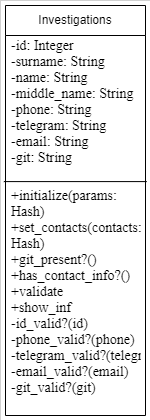
This is working with classes/диаграмма классов.png from Meg-Lander/study-of-the-subject-programming-patterns, a draw.io export, as it was before one commit. Source tidied: cells renumbered, new cells last; positions are measured from the earlier drawing's top-left corner, leaving out a move shared by most shapes. Source of this version:
```xml
<mxGraphModel>
  <root>
    <mxCell id="0" />
    <mxCell id="1" parent="0" />
    <mxCell id="2" style="rounded=0;whiteSpace=wrap;html=1;strokeWidth=0;" parent="1" vertex="1">
      <mxGeometry width="150" height="420" as="geometry" />
    </mxCell>
    <mxCell id="3" value="Investigations" style="swimlane;fontStyle=0;horizontal=1;startSize=30;whiteSpace=wrap;html=1;" parent="1" vertex="1">
      <mxGeometry x="5" y="5" width="140" height="410" as="geometry" />
    </mxCell>
    <mxCell id="4" value="&lt;pre style=&quot;margin-top: 0cm; margin-right: 25.5pt; margin-left: 0cm; text-align: justify; line-height: normal; vertical-align: baseline; font-size: 14px;&quot;&gt;&lt;pre style=&quot;margin: 0cm 25.5pt 0cm 0cm; line-height: normal; background: white; vertical-align: baseline;&quot;&gt;&lt;font style=&quot;font-size: 14px;&quot; face=&quot;Times New Roman&quot;&gt;-id: Integer&lt;br&gt;&lt;span style=&quot;&quot; lang=&quot;EN-US&quot;&gt;-surname: &lt;/span&gt;&lt;span style=&quot;&quot; lang=&quot;EN-US&quot;&gt;String&lt;/span&gt;&lt;br&gt;&lt;span style=&quot;&quot; lang=&quot;EN-US&quot;&gt;-name: &lt;/span&gt;&lt;span style=&quot;&quot; lang=&quot;EN-US&quot;&gt;String&lt;/span&gt;&lt;br&gt;&lt;span style=&quot;&quot; lang=&quot;EN-US&quot;&gt;-middle_name: &lt;/span&gt;&lt;span style=&quot;&quot; lang=&quot;EN-US&quot;&gt;String&lt;/span&gt;&lt;br&gt;&lt;span style=&quot;&quot; lang=&quot;EN-US&quot;&gt;-phone: &lt;/span&gt;&lt;span style=&quot;&quot; lang=&quot;EN-US&quot;&gt;String&lt;/span&gt;&lt;br&gt;&lt;span style=&quot;&quot; lang=&quot;EN-US&quot;&gt;-telegram: &lt;/span&gt;&lt;span style=&quot;&quot; lang=&quot;EN-US&quot;&gt;String&lt;/span&gt;&lt;br&gt;&lt;span style=&quot;&quot; lang=&quot;EN-US&quot;&gt;-email: &lt;/span&gt;&lt;span style=&quot;&quot; lang=&quot;EN-US&quot;&gt;String&lt;/span&gt;&lt;br&gt;&lt;span style=&quot;&quot; lang=&quot;EN-US&quot;&gt;-git: &lt;/span&gt;&lt;span style=&quot;&quot; lang=&quot;EN-US&quot;&gt;String&lt;/span&gt;&lt;br&gt;&lt;span style=&quot;&quot; lang=&quot;EN-US&quot;&gt;&amp;nbsp;&lt;/span&gt;&lt;/font&gt;&lt;br&gt;&lt;/pre&gt;&lt;/pre&gt;" style="text;strokeColor=none;fillColor=none;align=left;verticalAlign=middle;spacingLeft=4;spacingRight=4;overflow=hidden;whiteSpace=wrap;html=1;" parent="3" vertex="1">
      <mxGeometry y="30" width="140" height="150" as="geometry" />
    </mxCell>
    <mxCell id="5" value="&lt;pre style=&quot;margin: 0cm 25.5pt 0cm 0cm; text-align: justify; line-height: normal; background: white; vertical-align: baseline; font-size: 14px;&quot;&gt;&lt;font face=&quot;Times New Roman&quot;&gt;+initialize(params:&lt;br/&gt;Hash)&lt;br&gt;&lt;span style=&quot;&quot; lang=&quot;EN-US&quot;&gt;+set_contacts(contacts:&lt;br/&gt;Hash)&lt;br&gt;&lt;/span&gt;&lt;span style=&quot;&quot; lang=&quot;EN-US&quot;&gt;+git_present?()&lt;br&gt;&lt;/span&gt;&lt;span style=&quot;&quot; lang=&quot;EN-US&quot;&gt;+has_contact_info?()&lt;br&gt;&lt;/span&gt;&lt;span style=&quot;&quot; lang=&quot;EN-US&quot;&gt;+validate&lt;br&gt;&lt;/span&gt;&lt;span style=&quot;&quot; lang=&quot;EN-US&quot;&gt;+show_inf&lt;br&gt;&lt;/span&gt;&lt;span style=&quot;&quot; lang=&quot;EN-US&quot;&gt;-id_valid?(id)&lt;br&gt;&lt;/span&gt;&lt;span style=&quot;&quot; lang=&quot;EN-US&quot;&gt;-phone_valid?(phone)&lt;br&gt;&lt;/span&gt;&lt;span style=&quot;&quot; lang=&quot;EN-US&quot;&gt;-telegram_valid?(telegram)&lt;br&gt;&lt;/span&gt;&lt;span style=&quot;&quot; lang=&quot;EN-US&quot;&gt;-email_valid?(email)&lt;br&gt;&lt;/span&gt;&lt;span style=&quot;&quot; lang=&quot;EN-US&quot;&gt;-git_valid?(git)&lt;/span&gt;&lt;/font&gt;&lt;/pre&gt;&lt;br/&gt;&lt;br/&gt;&lt;br/&gt;&lt;br/&gt;&lt;br/&gt;&lt;br/&gt;&lt;br/&gt;&lt;br/&gt;&lt;br/&gt;&lt;br/&gt;&lt;br/&gt;&lt;br/&gt;&lt;br/&gt;&lt;br/&gt;&lt;br/&gt;&lt;br/&gt;&lt;br/&gt;&lt;br/&gt;&lt;br/&gt;&lt;div&gt;&lt;br/&gt;&lt;/div&gt;" style="text;strokeColor=none;fillColor=none;align=left;verticalAlign=middle;spacingLeft=4;spacingRight=4;overflow=hidden;points=[[0,0.5],[1,0.5]];portConstraint=eastwest;whiteSpace=wrap;html=1;" parent="3" vertex="1">
      <mxGeometry y="180" width="140" height="230" as="geometry" />
    </mxCell>
    <mxCell id="6" style="endArrow=none;html=1;rounded=0;entryX=-0.012;entryY=-0.017;entryDx=0;entryDy=0;entryPerimeter=0;exitX=1.009;exitY=-0.017;exitDx=0;exitDy=0;exitPerimeter=0;" parent="3" edge="1" source="5" target="5">
      <mxGeometry relative="1" as="geometry" />
    </mxCell>
  </root>
</mxGraphModel>
```
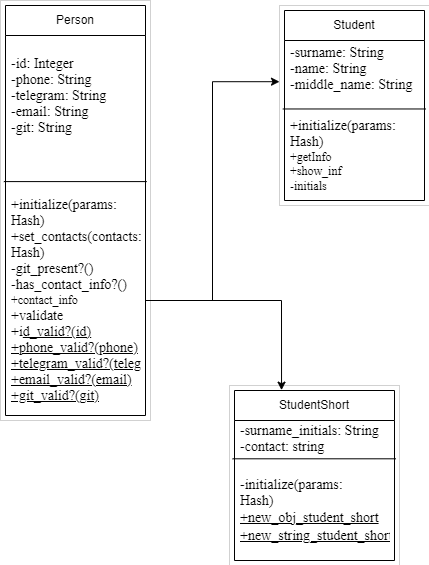
The same diagram one commit later.

What changed in the source:
```diff
@@ -5,17 +5,53 @@
     <mxCell id="2" style="rounded=0;whiteSpace=wrap;html=1;strokeWidth=0;" parent="1" vertex="1">
       <mxGeometry width="150" height="420" as="geometry" />
     </mxCell>
-    <mxCell id="3" value="Investigations" style="swimlane;fontStyle=0;horizontal=1;startSize=30;whiteSpace=wrap;html=1;" parent="1" vertex="1">
+    <mxCell id="3" value="Person" style="swimlane;fontStyle=0;horizontal=1;startSize=30;whiteSpace=wrap;html=1;" parent="1" vertex="1">
       <mxGeometry x="5" y="5" width="140" height="410" as="geometry" />
     </mxCell>
-    <mxCell id="4" value="&lt;pre style=&quot;margin-top: 0cm; margin-right: 25.5pt; margin-left: 0cm; text-align: justify; line-height: normal; vertical-align: baseline; font-size: 14px;&quot;&gt;&lt;pre style=&quot;margin: 0cm 25.5pt 0cm 0cm; line-height: normal; background: white; vertical-align: baseline;&quot;&gt;&lt;font style=&quot;font-size: 14px;&quot; face=&quot;Times New Roman&quot;&gt;-id: Integer&lt;br&gt;&lt;span style=&quot;&quot; lang=&quot;EN-US&quot;&gt;-surname: &lt;/span&gt;&lt;span style=&quot;&quot; lang=&quot;EN-US&quot;&gt;String&lt;/span&gt;&lt;br&gt;&lt;span style=&quot;&quot; lang=&quot;EN-US&quot;&gt;-name: &lt;/span&gt;&lt;span style=&quot;&quot; lang=&quot;EN-US&quot;&gt;String&lt;/span&gt;&lt;br&gt;&lt;span style=&quot;&quot; lang=&quot;EN-US&quot;&gt;-middle_name: &lt;/span&gt;&lt;span style=&quot;&quot; lang=&quot;EN-US&quot;&gt;String&lt;/span&gt;&lt;br&gt;&lt;span style=&quot;&quot; lang=&quot;EN-US&quot;&gt;-phone: &lt;/span&gt;&lt;span style=&quot;&quot; lang=&quot;EN-US&quot;&gt;String&lt;/span&gt;&lt;br&gt;&lt;span style=&quot;&quot; lang=&quot;EN-US&quot;&gt;-telegram: &lt;/span&gt;&lt;span style=&quot;&quot; lang=&quot;EN-US&quot;&gt;String&lt;/span&gt;&lt;br&gt;&lt;span style=&quot;&quot; lang=&quot;EN-US&quot;&gt;-email: &lt;/span&gt;&lt;span style=&quot;&quot; lang=&quot;EN-US&quot;&gt;String&lt;/span&gt;&lt;br&gt;&lt;span style=&quot;&quot; lang=&quot;EN-US&quot;&gt;-git: &lt;/span&gt;&lt;span style=&quot;&quot; lang=&quot;EN-US&quot;&gt;String&lt;/span&gt;&lt;br&gt;&lt;span style=&quot;&quot; lang=&quot;EN-US&quot;&gt;&amp;nbsp;&lt;/span&gt;&lt;/font&gt;&lt;br&gt;&lt;/pre&gt;&lt;/pre&gt;" style="text;strokeColor=none;fillColor=none;align=left;verticalAlign=middle;spacingLeft=4;spacingRight=4;overflow=hidden;whiteSpace=wrap;html=1;" parent="3" vertex="1">
+    <mxCell id="4" value="&lt;pre style=&quot;margin-top: 0cm; margin-right: 25.5pt; margin-left: 0cm; text-align: justify; line-height: normal; vertical-align: baseline; font-size: 14px;&quot;&gt;&lt;pre style=&quot;margin: 0cm 25.5pt 0cm 0cm; line-height: normal; background: white; vertical-align: baseline;&quot;&gt;&lt;font style=&quot;font-size: 14px;&quot; face=&quot;Times New Roman&quot;&gt;-id: Integer&lt;br&gt;&lt;span style=&quot;&quot; lang=&quot;EN-US&quot;&gt;-phone: &lt;/span&gt;&lt;span style=&quot;&quot; lang=&quot;EN-US&quot;&gt;String&lt;/span&gt;&lt;br&gt;&lt;span style=&quot;&quot; lang=&quot;EN-US&quot;&gt;-telegram: &lt;/span&gt;&lt;span style=&quot;&quot; lang=&quot;EN-US&quot;&gt;String&lt;/span&gt;&lt;br&gt;&lt;span style=&quot;&quot; lang=&quot;EN-US&quot;&gt;-email: &lt;/span&gt;&lt;span style=&quot;&quot; lang=&quot;EN-US&quot;&gt;String&lt;/span&gt;&lt;br&gt;&lt;span style=&quot;&quot; lang=&quot;EN-US&quot;&gt;-git: &lt;/span&gt;&lt;span style=&quot;&quot; lang=&quot;EN-US&quot;&gt;String&lt;/span&gt;&lt;br&gt;&lt;span style=&quot;&quot; lang=&quot;EN-US&quot;&gt;&amp;nbsp;&lt;/span&gt;&lt;/font&gt;&lt;br&gt;&lt;/pre&gt;&lt;/pre&gt;" style="text;strokeColor=none;fillColor=none;align=left;verticalAlign=middle;spacingLeft=4;spacingRight=4;overflow=hidden;whiteSpace=wrap;html=1;" parent="3" vertex="1">
       <mxGeometry y="30" width="140" height="150" as="geometry" />
     </mxCell>
-    <mxCell id="5" value="&lt;pre style=&quot;margin: 0cm 25.5pt 0cm 0cm; text-align: justify; line-height: normal; background: white; vertical-align: baseline; font-size: 14px;&quot;&gt;&lt;font face=&quot;Times New Roman&quot;&gt;+initialize(params:&lt;br/&gt;Hash)&lt;br&gt;&lt;span style=&quot;&quot; lang=&quot;EN-US&quot;&gt;+set_contacts(contacts:&lt;br/&gt;Hash)&lt;br&gt;&lt;/span&gt;&lt;span style=&quot;&quot; lang=&quot;EN-US&quot;&gt;+git_present?()&lt;br&gt;&lt;/span&gt;&lt;span style=&quot;&quot; lang=&quot;EN-US&quot;&gt;+has_contact_info?()&lt;br&gt;&lt;/span&gt;&lt;span style=&quot;&quot; lang=&quot;EN-US&quot;&gt;+validate&lt;br&gt;&lt;/span&gt;&lt;span style=&quot;&quot; lang=&quot;EN-US&quot;&gt;+show_inf&lt;br&gt;&lt;/span&gt;&lt;span style=&quot;&quot; lang=&quot;EN-US&quot;&gt;-id_valid?(id)&lt;br&gt;&lt;/span&gt;&lt;span style=&quot;&quot; lang=&quot;EN-US&quot;&gt;-phone_valid?(phone)&lt;br&gt;&lt;/span&gt;&lt;span style=&quot;&quot; lang=&quot;EN-US&quot;&gt;-telegram_valid?(telegram)&lt;br&gt;&lt;/span&gt;&lt;span style=&quot;&quot; lang=&quot;EN-US&quot;&gt;-email_valid?(email)&lt;br&gt;&lt;/span&gt;&lt;span style=&quot;&quot; lang=&quot;EN-US&quot;&gt;-git_valid?(git)&lt;/span&gt;&lt;/font&gt;&lt;/pre&gt;&lt;br/&gt;&lt;br/&gt;&lt;br/&gt;&lt;br/&gt;&lt;br/&gt;&lt;br/&gt;&lt;br/&gt;&lt;br/&gt;&lt;br/&gt;&lt;br/&gt;&lt;br/&gt;&lt;br/&gt;&lt;br/&gt;&lt;br/&gt;&lt;br/&gt;&lt;br/&gt;&lt;br/&gt;&lt;br/&gt;&lt;br/&gt;&lt;div&gt;&lt;br/&gt;&lt;/div&gt;" style="text;strokeColor=none;fillColor=none;align=left;verticalAlign=middle;spacingLeft=4;spacingRight=4;overflow=hidden;points=[[0,0.5],[1,0.5]];portConstraint=eastwest;whiteSpace=wrap;html=1;" parent="3" vertex="1">
+    <mxCell id="5" value="&lt;pre style=&quot;margin: 0cm 25.5pt 0cm 0cm; text-align: justify; line-height: normal; background: white; vertical-align: baseline; font-size: 14px;&quot;&gt;&lt;font face=&quot;Times New Roman&quot;&gt;+initialize(params:&lt;br&gt;Hash)&lt;br&gt;&lt;span style=&quot;&quot; lang=&quot;EN-US&quot;&gt;+set_contacts(contacts:&lt;br&gt;Hash)&lt;br&gt;&lt;/span&gt;&lt;span style=&quot;&quot; lang=&quot;EN-US&quot;&gt;-git_present?()&lt;br&gt;&lt;/span&gt;&lt;span style=&quot;&quot; lang=&quot;EN-US&quot;&gt;-has_contact_info?()&lt;/span&gt;&lt;/font&gt;&lt;/pre&gt;&lt;pre style=&quot;margin: 0cm 25.5pt 0cm 0cm; text-align: justify; line-height: normal; background: white; vertical-align: baseline;&quot;&gt;&lt;font style=&quot;&quot; face=&quot;Times New Roman&quot;&gt;&lt;span style=&quot;&quot; lang=&quot;EN-US&quot;&gt;+contact_info&lt;br&gt;&lt;/span&gt;&lt;span style=&quot;font-size: 14px;&quot; lang=&quot;EN-US&quot;&gt;+validate&lt;/span&gt;&lt;span style=&quot;font-size: 14px;&quot; lang=&quot;EN-US&quot;&gt;&lt;br&gt;&lt;/span&gt;&lt;span style=&quot;font-size: 14px;&quot; lang=&quot;EN-US&quot;&gt;+i&lt;u&gt;d_valid?(id)&lt;br&gt;&lt;/u&gt;&lt;/span&gt;&lt;u style=&quot;font-size: 14px;&quot;&gt;&lt;span style=&quot;&quot; lang=&quot;EN-US&quot;&gt;+phone_valid?(phone)&lt;br&gt;&lt;/span&gt;&lt;span style=&quot;&quot; lang=&quot;EN-US&quot;&gt;+telegram_valid?(telegram)&lt;br&gt;&lt;/span&gt;&lt;span style=&quot;&quot; lang=&quot;EN-US&quot;&gt;+email_valid?(email)&lt;br&gt;&lt;/span&gt;&lt;span style=&quot;&quot; lang=&quot;EN-US&quot;&gt;+git_valid?(git)&lt;/span&gt;&lt;/u&gt;&lt;/font&gt;&lt;/pre&gt;" style="text;strokeColor=none;fillColor=none;align=left;verticalAlign=middle;spacingLeft=4;spacingRight=4;overflow=hidden;points=[[0,0.5],[1,0.5]];portConstraint=eastwest;whiteSpace=wrap;html=1;" parent="3" vertex="1">
       <mxGeometry y="180" width="140" height="230" as="geometry" />
     </mxCell>
     <mxCell id="6" style="endArrow=none;html=1;rounded=0;entryX=-0.012;entryY=-0.017;entryDx=0;entryDy=0;entryPerimeter=0;exitX=1.009;exitY=-0.017;exitDx=0;exitDy=0;exitPerimeter=0;" parent="3" edge="1" source="5" target="5">
       <mxGeometry relative="1" as="geometry" />
     </mxCell>
+    <mxCell id="7" style="rounded=0;whiteSpace=wrap;html=1;strokeWidth=0;" parent="1" vertex="1">
+      <mxGeometry x="279" y="5" width="150" height="200" as="geometry" />
+    </mxCell>
+    <mxCell id="8" value="Student" style="swimlane;fontStyle=0;horizontal=1;startSize=30;whiteSpace=wrap;html=1;" parent="1" vertex="1">
+      <mxGeometry x="284" y="10" width="140" height="190" as="geometry" />
+    </mxCell>
+    <mxCell id="9" value="&lt;pre style=&quot;margin-top: 0cm; margin-right: 25.5pt; margin-left: 0cm; text-align: justify; line-height: normal; vertical-align: baseline; font-size: 14px;&quot;&gt;&lt;pre style=&quot;margin: 0cm 25.5pt 0cm 0cm; line-height: normal; background: white; vertical-align: baseline;&quot;&gt;&lt;font style=&quot;font-size: 14px;&quot; face=&quot;Times New Roman&quot;&gt;&lt;span style=&quot;&quot; lang=&quot;EN-US&quot;&gt;-surname: &lt;/span&gt;&lt;span style=&quot;&quot; lang=&quot;EN-US&quot;&gt;String&lt;/span&gt;&lt;br&gt;&lt;span style=&quot;&quot; lang=&quot;EN-US&quot;&gt;-name: &lt;/span&gt;&lt;span style=&quot;&quot; lang=&quot;EN-US&quot;&gt;String&lt;/span&gt;&lt;br&gt;&lt;span style=&quot;&quot; lang=&quot;EN-US&quot;&gt;-middle_name: &lt;/span&gt;&lt;span style=&quot;&quot; lang=&quot;EN-US&quot;&gt;String&lt;/span&gt;&lt;/font&gt;&lt;br&gt;&lt;/pre&gt;&lt;/pre&gt;" style="text;strokeColor=none;fillColor=none;align=left;verticalAlign=middle;spacingLeft=4;spacingRight=4;overflow=hidden;whiteSpace=wrap;html=1;" parent="8" vertex="1">
+      <mxGeometry y="30" width="140" height="70" as="geometry" />
+    </mxCell>
+    <mxCell id="10" value="&lt;div style=&quot;text-align: justify;&quot;&gt;&lt;pre style=&quot;border-color: var(--border-color); margin: 0cm 25.5pt 0cm 0cm; line-height: normal; background: white; vertical-align: baseline; font-size: 14px;&quot;&gt;&lt;font style=&quot;border-color: var(--border-color);&quot; face=&quot;Times New Roman&quot;&gt;+initialize(params:&lt;br style=&quot;border-color: var(--border-color);&quot;&gt;Hash)&lt;/font&gt;&lt;/pre&gt;&lt;/div&gt;&lt;div style=&quot;text-align: justify;&quot;&gt;&lt;font face=&quot;Times New Roman&quot;&gt;+getInfo&lt;/font&gt;&lt;br&gt;&lt;/div&gt;&lt;div style=&quot;text-align: justify;&quot;&gt;&lt;font face=&quot;Times New Roman&quot;&gt;+show_inf&lt;br&gt;&lt;/font&gt;&lt;/div&gt;&lt;div style=&quot;text-align: justify;&quot;&gt;&lt;font face=&quot;Times New Roman&quot;&gt;-initials&lt;br&gt;&lt;/font&gt;&lt;/div&gt;" style="text;strokeColor=none;fillColor=none;align=left;verticalAlign=middle;spacingLeft=4;spacingRight=4;overflow=hidden;points=[[0,0.5],[1,0.5]];portConstraint=eastwest;whiteSpace=wrap;html=1;" parent="8" vertex="1">
+      <mxGeometry y="100" width="140" height="90" as="geometry" />
+    </mxCell>
+    <mxCell id="11" style="endArrow=none;html=1;rounded=0;entryX=-0.012;entryY=-0.017;entryDx=0;entryDy=0;entryPerimeter=0;exitX=1.009;exitY=-0.017;exitDx=0;exitDy=0;exitPerimeter=0;" parent="8" edge="1" source="10" target="10">
+      <mxGeometry relative="1" as="geometry" />
+    </mxCell>
+    <mxCell id="12" style="rounded=0;whiteSpace=wrap;html=1;strokeWidth=0;" parent="1" vertex="1">
+      <mxGeometry x="229" y="385" width="170" height="180" as="geometry" />
+    </mxCell>
+    <mxCell id="13" value="StudentShort" style="swimlane;fontStyle=0;horizontal=1;startSize=30;whiteSpace=wrap;html=1;" parent="1" vertex="1">
+      <mxGeometry x="234" y="390" width="160" height="170" as="geometry" />
+    </mxCell>
+    <mxCell id="14" value="&lt;pre style=&quot;margin-top: 0cm; margin-right: 25.5pt; margin-left: 0cm; text-align: justify; line-height: normal; vertical-align: baseline; font-size: 14px;&quot;&gt;&lt;pre style=&quot;margin: 0cm 25.5pt 0cm 0cm; line-height: normal; background: white; vertical-align: baseline;&quot;&gt;&lt;font style=&quot;font-size: 14px;&quot; face=&quot;Times New Roman&quot;&gt;-surname_initials: String&lt;/font&gt;&lt;span style=&quot;&quot;&gt;&lt;br&gt;&lt;/span&gt;&lt;/pre&gt;&lt;pre style=&quot;margin: 0cm 25.5pt 0cm 0cm; line-height: normal; background: white; vertical-align: baseline;&quot;&gt;&lt;font style=&quot;font-size: 14px;&quot; face=&quot;Times New Roman&quot;&gt;-contact: string&lt;br&gt;&lt;/font&gt;&lt;/pre&gt;&lt;/pre&gt;" style="text;strokeColor=none;fillColor=none;align=left;verticalAlign=middle;spacingLeft=4;spacingRight=4;overflow=hidden;whiteSpace=wrap;html=1;" parent="13" vertex="1">
+      <mxGeometry y="30" width="160" height="40" as="geometry" />
+    </mxCell>
+    <mxCell id="15" value="&lt;div style=&quot;text-align: justify;&quot;&gt;&lt;pre style=&quot;border-color: var(--border-color); margin: 0cm 25.5pt 0cm 0cm; line-height: normal; background: white; vertical-align: baseline; font-size: 14px;&quot;&gt;&lt;font style=&quot;border-color: var(--border-color);&quot; face=&quot;Times New Roman&quot;&gt;-initialize(params:&lt;br style=&quot;border-color: var(--border-color);&quot;&gt;Hash)&lt;/font&gt;&lt;/pre&gt;&lt;/div&gt;&lt;div style=&quot;text-align: justify; font-size: 14px;&quot;&gt;&lt;font face=&quot;Times New Roman&quot; style=&quot;font-size: 14px;&quot;&gt;&lt;u&gt;&lt;font style=&quot;font-size: 14px;&quot;&gt;+new_obj_student_short&lt;/font&gt;&lt;br&gt;&lt;/u&gt;&lt;/font&gt;&lt;/div&gt;&lt;div style=&quot;text-align: justify; font-size: 14px;&quot;&gt;&lt;font style=&quot;font-size: 14px;&quot;&gt;&lt;font face=&quot;wETk0m9d0IATHVW916Ki&quot; style=&quot;font-size: 14px;&quot;&gt;&lt;u&gt;+new_string_student_short&lt;/u&gt;&lt;/font&gt;&lt;br&gt;&lt;/font&gt;&lt;/div&gt;" style="text;strokeColor=none;fillColor=none;align=left;verticalAlign=middle;spacingLeft=4;spacingRight=4;overflow=hidden;points=[[0,0.5],[1,0.5]];portConstraint=eastwest;whiteSpace=wrap;html=1;" parent="13" vertex="1">
+      <mxGeometry y="70" width="160" height="100" as="geometry" />
+    </mxCell>
+    <mxCell id="16" style="endArrow=none;html=1;rounded=0;entryX=-0.012;entryY=-0.017;entryDx=0;entryDy=0;entryPerimeter=0;exitX=1.009;exitY=-0.017;exitDx=0;exitDy=0;exitPerimeter=0;" parent="13" edge="1" source="15" target="15">
+      <mxGeometry relative="1" as="geometry" />
+    </mxCell>
+    <mxCell id="17" style="edgeStyle=orthogonalEdgeStyle;rounded=0;jettySize=auto;html=1;exitX=1;exitY=0.5;exitDx=0;exitDy=0;entryX=0;entryY=0.381;entryDx=0;entryDy=0;entryPerimeter=0;" parent="1" edge="1" source="5" target="7">
+      <mxGeometry relative="1" as="geometry" />
+    </mxCell>
+    <mxCell id="18" style="edgeStyle=orthogonalEdgeStyle;rounded=0;jettySize=auto;html=1;exitX=1;exitY=0.5;exitDx=0;exitDy=0;entryX=0.294;entryY=-0.002;entryDx=0;entryDy=0;entryPerimeter=0;" parent="1" edge="1" source="5" target="13">
+      <mxGeometry relative="1" as="geometry" />
+    </mxCell>
   </root>
 </mxGraphModel>
```
